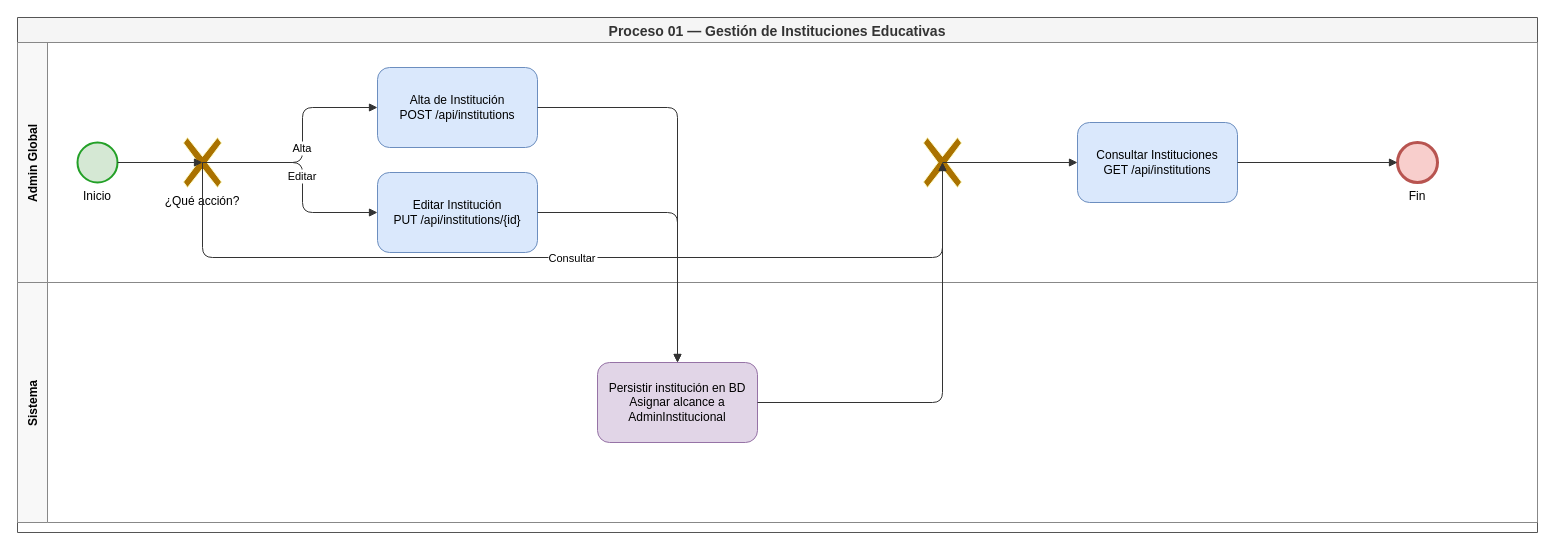
Above: Process/BPMN/01-gestion-instituciones.drawio in Sacha-html/InclusiON (draw.io), before the change. Source tidied: cells renumbered, new cells numbered last; positions are measured from the earlier drawing's top-left corner, leaving out a move shared by most shapes. Both pictures are drawn from the tidied source at 100%, with x=0, y=0 at pixel (17, 17).
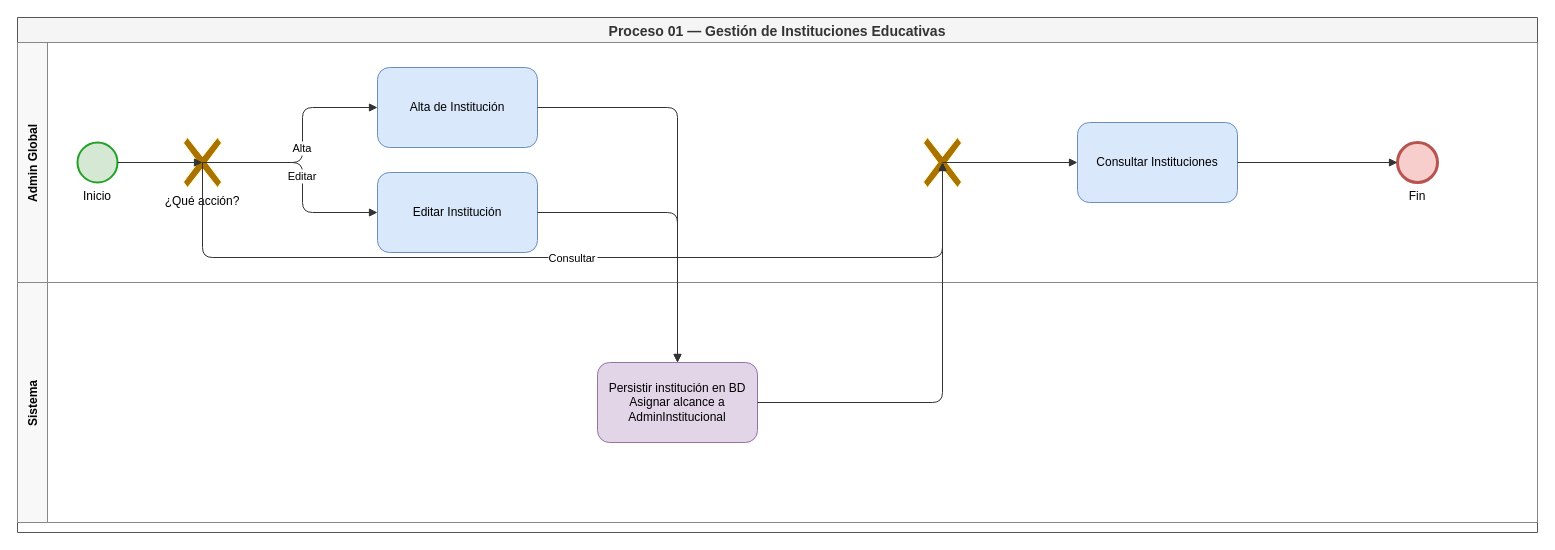
The same page after the edit.

The change refers to these unchanged cells:
```xml
<mxCell id="3" value="Admin Global" style="swimlane;startSize=30;horizontal=0;fillColor=#f8f8f8;strokeColor=#888888;fontStyle=1;fontSize=12;" parent="2" vertex="1">
  <mxGeometry y="25" width="1520" height="240" as="geometry" />
</mxCell>
```

The edit, as a diff of the source:
```diff
@@
-    <mxCell id="7" value="Alta de Institución&#10;POST /api/institutions" style="rounded=1;whiteSpace=wrap;html=1;verticalAlign=middle;fillColor=#dae8fc;strokeColor=#6c8ebf;fontSize=12;align=center;" parent="3" vertex="1">
+    <mxCell id="7" value="Alta de Institución" style="rounded=1;whiteSpace=wrap;html=1;verticalAlign=middle;fillColor=#dae8fc;strokeColor=#6c8ebf;fontSize=12;align=center;" parent="3" vertex="1">
       <mxGeometry x="360" y="25" width="160" height="80" as="geometry" />
     </mxCell>
-    <mxCell id="8" value="Editar Institución&#10;PUT /api/institutions/{id}" style="rounded=1;whiteSpace=wrap;html=1;verticalAlign=middle;fillColor=#dae8fc;strokeColor=#6c8ebf;fontSize=12;align=center;" parent="3" vertex="1">
+    <mxCell id="8" value="Editar Institución" style="rounded=1;whiteSpace=wrap;html=1;verticalAlign=middle;fillColor=#dae8fc;strokeColor=#6c8ebf;fontSize=12;align=center;" parent="3" vertex="1">
       <mxGeometry x="360" y="130" width="160" height="80" as="geometry" />
     </mxCell>
@@
-    <mxCell id="10" value="Consultar Instituciones&#10;GET /api/institutions" style="rounded=1;whiteSpace=wrap;html=1;verticalAlign=middle;fillColor=#dae8fc;strokeColor=#6c8ebf;fontSize=12;align=center;" parent="3" vertex="1">
+    <mxCell id="10" value="Consultar Instituciones" style="rounded=1;whiteSpace=wrap;html=1;verticalAlign=middle;fillColor=#dae8fc;strokeColor=#6c8ebf;fontSize=12;align=center;" parent="3" vertex="1">
       <mxGeometry x="1060" y="80" width="160" height="80" as="geometry" />
     </mxCell>
```
